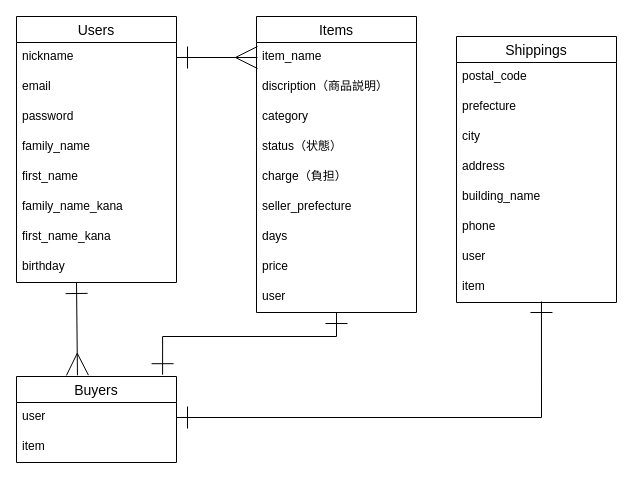
Above: ER.dio in hminegishi/furima-35415 (draw.io), before the change. Source tidied: cells renumbered, new cells numbered last; positions are measured from the earlier drawing's top-left corner, leaving out a move shared by most shapes. Both pictures are drawn from the tidied source at 100%, with x=0, y=0 at pixel (16, 16).
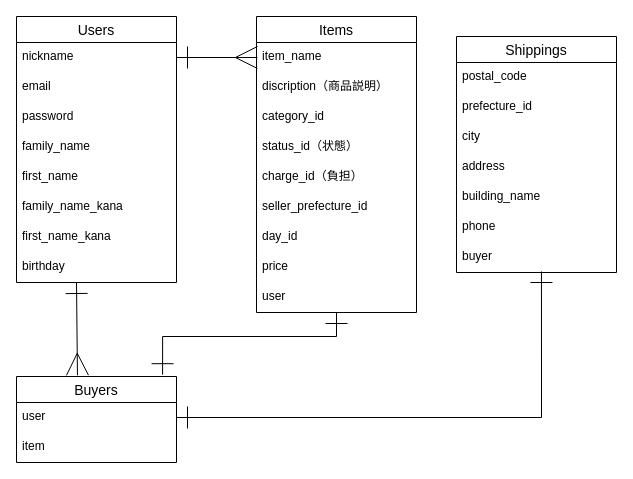
Above is the later version.

Commit message (it also covers changes not shown here):
データベース設計（修正２）

Unchanged cells that the change refers to:
```xml
<mxCell id="12" value="Items" style="swimlane;fontStyle=0;horizontal=1;startSize=26;align=center;fontSize=14;" parent="1" vertex="1">
  <mxGeometry x="240" width="160" height="296" as="geometry" />
</mxCell>
```

Change to the diagram source:
```diff
@@
-    <mxCell id="15" value="category" style="text;strokeColor=none;fillColor=none;spacingLeft=4;spacingRight=4;overflow=hidden;fontSize=12;" parent="12" vertex="1">
+    <mxCell id="15" value="category_id" style="text;strokeColor=none;fillColor=none;spacingLeft=4;spacingRight=4;overflow=hidden;fontSize=12;" parent="12" vertex="1">
       <mxGeometry y="86" width="160" height="30" as="geometry" />
     </mxCell>
-    <mxCell id="16" value="status（状態）" style="text;strokeColor=none;fillColor=none;spacingLeft=4;spacingRight=4;overflow=hidden;fontSize=12;" parent="12" vertex="1">
+    <mxCell id="16" value="status_id（状態）" style="text;strokeColor=none;fillColor=none;spacingLeft=4;spacingRight=4;overflow=hidden;fontSize=12;" parent="12" vertex="1">
       <mxGeometry y="116" width="160" height="30" as="geometry" />
     </mxCell>
-    <mxCell id="17" value="charge（負担）" style="text;strokeColor=none;fillColor=none;spacingLeft=4;spacingRight=4;overflow=hidden;fontSize=12;" parent="12" vertex="1">
+    <mxCell id="17" value="charge_id（負担）" style="text;strokeColor=none;fillColor=none;spacingLeft=4;spacingRight=4;overflow=hidden;fontSize=12;" parent="12" vertex="1">
       <mxGeometry y="146" width="160" height="30" as="geometry" />
     </mxCell>
-    <mxCell id="18" value="seller_prefecture" style="text;strokeColor=none;fillColor=none;spacingLeft=4;spacingRight=4;overflow=hidden;fontSize=12;" parent="12" vertex="1">
+    <mxCell id="18" value="seller_prefecture_id" style="text;strokeColor=none;fillColor=none;spacingLeft=4;spacingRight=4;overflow=hidden;fontSize=12;" parent="12" vertex="1">
       <mxGeometry y="176" width="160" height="30" as="geometry" />
     </mxCell>
-    <mxCell id="19" value="days" style="text;strokeColor=none;fillColor=none;spacingLeft=4;spacingRight=4;overflow=hidden;fontSize=12;" parent="12" vertex="1">
+    <mxCell id="19" value="day_id" style="text;strokeColor=none;fillColor=none;spacingLeft=4;spacingRight=4;overflow=hidden;fontSize=12;" parent="12" vertex="1">
       <mxGeometry y="206" width="160" height="30" as="geometry" />
     </mxCell>
@@
     <mxCell id="22" value="Shippings" style="swimlane;fontStyle=0;horizontal=1;startSize=26;align=center;fontSize=14;" parent="1" vertex="1">
-      <mxGeometry x="440" y="20" width="160" height="266" as="geometry" />
+      <mxGeometry x="440" y="20" width="160" height="236" as="geometry" />
     </mxCell>
@@
-    <mxCell id="24" value="prefecture" style="text;strokeColor=none;fillColor=none;spacingLeft=4;spacingRight=4;overflow=hidden;fontSize=12;" parent="22" vertex="1">
+    <mxCell id="24" value="prefecture_id" style="text;strokeColor=none;fillColor=none;spacingLeft=4;spacingRight=4;overflow=hidden;fontSize=12;" parent="22" vertex="1">
       <mxGeometry y="56" width="160" height="30" as="geometry" />
     </mxCell>
@@
-    <mxCell id="29" value="user" style="text;strokeColor=none;fillColor=none;spacingLeft=4;spacingRight=4;overflow=hidden;fontSize=12;" parent="22" vertex="1">
-      <mxGeometry y="206" width="160" height="30" as="geometry" />
-    </mxCell>
-    <mxCell id="30" value="item" style="text;strokeColor=none;fillColor=none;spacingLeft=4;spacingRight=4;overflow=hidden;points=[[0,0.5],[1,0.5]];portConstraint=eastwest;fontSize=12;" parent="22" vertex="1">
-      <mxGeometry y="236" width="160" height="30" as="geometry" />
+    <mxCell id="30" value="buyer" style="text;strokeColor=none;fillColor=none;spacingLeft=4;spacingRight=4;overflow=hidden;points=[[0,0.5],[1,0.5]];portConstraint=eastwest;fontSize=12;" parent="22" vertex="1">
+      <mxGeometry y="206" width="160" height="30" as="geometry" />
     </mxCell>
```
